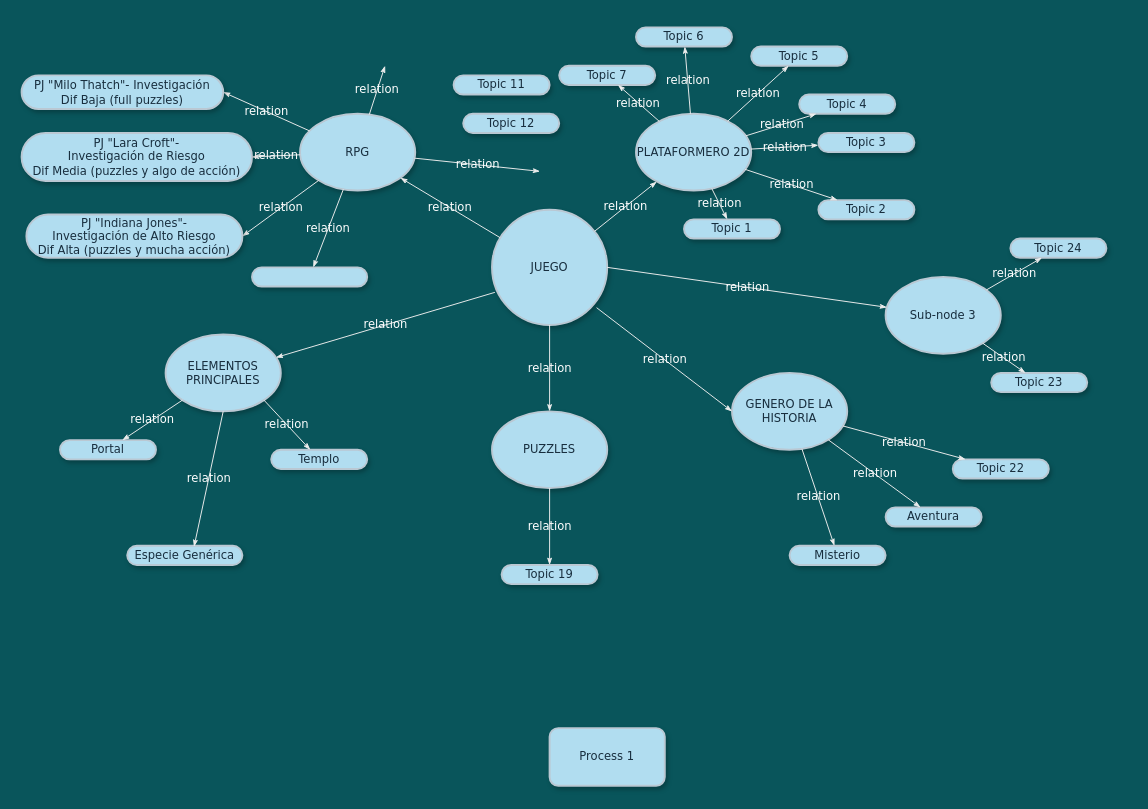
Before: page "Page-1" (1 of 2) of mental_map_worldbuilding.drawio in aixairupe/DiagramasRPG, a draw.io diagram. Source tidied: cells renumbered, new cells numbered last; positions are measured from the earlier drawing's top-left corner, leaving out a move shared by most shapes. Both pictures are drawn from the tidied source at 96%, with x=0, y=0 at pixel (21, 27).
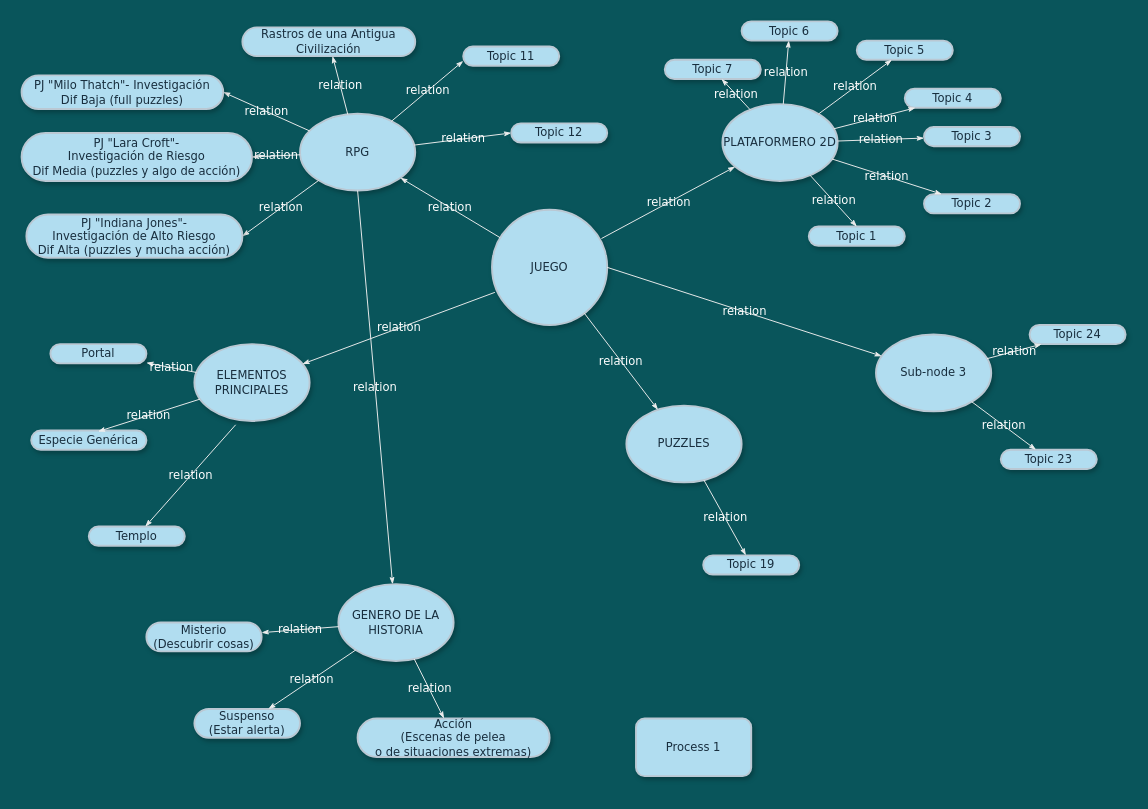
Above is the later version.

Unchanged cells that the change refers to:
```xml
<mxCell id="2" value="RPG" style="ellipse;whiteSpace=wrap;html=1;rounded=1;shadow=1;comic=0;labelBackgroundColor=none;strokeWidth=2;fontFamily=Verdana;fontSize=12;align=center;fillColor=#B1DDF0;fontColor=#182E3E;strokeColor=#BAC8D3;" parent="1" vertex="1">
  <mxGeometry x="290" y="90" width="120" height="80" as="geometry" />
</mxCell>
<mxCell id="4" value="JUEGO" style="ellipse;whiteSpace=wrap;html=1;rounded=1;shadow=1;comic=0;labelBackgroundColor=none;strokeWidth=2;fontFamily=Verdana;fontSize=12;align=center;fillColor=#B1DDF0;strokeColor=#BAC8D3;fontColor=#182E3E;" parent="1" vertex="1">
  <mxGeometry x="490" y="190" width="120" height="120" as="geometry" />
</mxCell>
```

The edit, as a diff of the source:
```diff
@@
     <mxCell id="3" value="PLATAFORMERO 2D" style="ellipse;whiteSpace=wrap;html=1;rounded=1;shadow=1;comic=0;labelBackgroundColor=none;strokeWidth=2;fontFamily=Verdana;fontSize=12;align=center;fillColor=#B1DDF0;fontColor=#182E3E;strokeColor=#BAC8D3;" parent="1" vertex="1">
-      <mxGeometry x="640" y="90" width="120" height="80" as="geometry" />
+      <mxGeometry x="730" y="80" width="120" height="80" as="geometry" />
     </mxCell>
@@
     <mxCell id="5" value="PUZZLES" style="ellipse;whiteSpace=wrap;html=1;rounded=1;shadow=1;comic=0;labelBackgroundColor=none;strokeWidth=2;fontFamily=Verdana;fontSize=12;align=center;fillColor=#B1DDF0;fontColor=#182E3E;strokeColor=#BAC8D3;" parent="1" vertex="1">
-      <mxGeometry x="490" y="400" width="120" height="80" as="geometry" />
+      <mxGeometry x="630" y="394" width="120" height="80" as="geometry" />
     </mxCell>
     <mxCell id="6" value="GENERO DE LA HISTORIA" style="ellipse;whiteSpace=wrap;html=1;rounded=1;shadow=1;comic=0;labelBackgroundColor=none;strokeWidth=2;fontFamily=Verdana;fontSize=12;align=center;fillColor=#B1DDF0;strokeColor=#BAC8D3;fontColor=#182E3E;" parent="1" vertex="1">
-      <mxGeometry x="740" y="360" width="120" height="80" as="geometry" />
+      <mxGeometry x="330" y="580" width="120" height="80" as="geometry" />
     </mxCell>
     <mxCell id="7" value="ELEMENTOS PRINCIPALES" style="ellipse;whiteSpace=wrap;html=1;rounded=1;shadow=1;comic=0;labelBackgroundColor=none;strokeWidth=2;fontFamily=Verdana;fontSize=12;align=center;fillColor=#B1DDF0;strokeColor=#BAC8D3;fontColor=#182E3E;" parent="1" vertex="1">
-      <mxGeometry x="150" y="320" width="120" height="80" as="geometry" />
+      <mxGeometry x="180" y="330" width="120" height="80" as="geometry" />
     </mxCell>
     <mxCell id="8" value="&lt;span&gt;Topic 7&lt;/span&gt;" style="whiteSpace=wrap;html=1;rounded=1;shadow=1;comic=0;labelBackgroundColor=none;strokeWidth=2;fontFamily=Verdana;fontSize=12;align=center;arcSize=50;fillColor=#B1DDF0;strokeColor=#BAC8D3;fontColor=#182E3E;" parent="1" vertex="1">
-      <mxGeometry x="560" y="40" width="100" height="20" as="geometry" />
+      <mxGeometry x="670" y="33.8" width="100" height="20" as="geometry" />
     </mxCell>
-    <mxCell id="9" value="Aventura" style="whiteSpace=wrap;html=1;rounded=1;shadow=1;comic=0;labelBackgroundColor=none;strokeWidth=2;fontFamily=Verdana;fontSize=12;align=center;arcSize=50;fillColor=#B1DDF0;strokeColor=#BAC8D3;fontColor=#182E3E;" parent="1" vertex="1">
-      <mxGeometry x="900" y="500" width="100" height="20" as="geometry" />
+    <mxCell id="9" value="Suspenso&lt;br&gt;(Estar alerta)" style="whiteSpace=wrap;html=1;rounded=1;shadow=1;comic=0;labelBackgroundColor=none;strokeWidth=2;fontFamily=Verdana;fontSize=12;align=center;arcSize=50;fillColor=#B1DDF0;strokeColor=#BAC8D3;fontColor=#182E3E;" parent="1" vertex="1">
+      <mxGeometry x="180" y="710" width="110" height="30" as="geometry" />
     </mxCell>
-    <mxCell id="10" value="&lt;span&gt;Topic 22&lt;/span&gt;" style="whiteSpace=wrap;html=1;rounded=1;shadow=1;comic=0;labelBackgroundColor=none;strokeWidth=2;fontFamily=Verdana;fontSize=12;align=center;arcSize=50;fillColor=#B1DDF0;strokeColor=#BAC8D3;fontColor=#182E3E;" parent="1" vertex="1">
-      <mxGeometry x="970" y="450" width="100" height="20" as="geometry" />
+    <mxCell id="10" value="Acción&lt;br&gt;(Escenas de pelea&lt;br&gt;o de situaciones extremas)" style="whiteSpace=wrap;html=1;rounded=1;shadow=1;comic=0;labelBackgroundColor=none;strokeWidth=2;fontFamily=Verdana;fontSize=12;align=center;arcSize=50;fillColor=#B1DDF0;strokeColor=#BAC8D3;fontColor=#182E3E;" parent="1" vertex="1">
+      <mxGeometry x="350" y="720" width="200" height="40" as="geometry" />
     </mxCell>
     <mxCell id="11" value="&lt;span&gt;Topic 6&lt;/span&gt;" style="whiteSpace=wrap;html=1;rounded=1;shadow=1;comic=0;labelBackgroundColor=none;strokeWidth=2;fontFamily=Verdana;fontSize=12;align=center;arcSize=50;fillColor=#B1DDF0;strokeColor=#BAC8D3;fontColor=#182E3E;" parent="1" vertex="1">
-      <mxGeometry x="640" width="100" height="20" as="geometry" />
+      <mxGeometry x="750" y="-6.2" width="100" height="20" as="geometry" />
     </mxCell>
     <mxCell id="12" value="&lt;span&gt;Topic 5&lt;/span&gt;" style="whiteSpace=wrap;html=1;rounded=1;shadow=1;comic=0;labelBackgroundColor=none;strokeWidth=2;fontFamily=Verdana;fontSize=12;align=center;arcSize=50;fillColor=#B1DDF0;strokeColor=#BAC8D3;fontColor=#182E3E;" parent="1" vertex="1">
-      <mxGeometry x="760" y="20" width="100" height="20" as="geometry" />
+      <mxGeometry x="870" y="13.8" width="100" height="20" as="geometry" />
     </mxCell>
     <mxCell id="13" value="&lt;span&gt;Topic 4&lt;/span&gt;" style="whiteSpace=wrap;html=1;rounded=1;shadow=1;comic=0;labelBackgroundColor=none;strokeWidth=2;fontFamily=Verdana;fontSize=12;align=center;arcSize=50;fillColor=#B1DDF0;strokeColor=#BAC8D3;fontColor=#182E3E;" parent="1" vertex="1">
-      <mxGeometry x="810" y="70" width="100" height="20" as="geometry" />
+      <mxGeometry x="920" y="63.8" width="100" height="20" as="geometry" />
     </mxCell>
     <mxCell id="14" value="&lt;span&gt;Topic 3&lt;/span&gt;" style="whiteSpace=wrap;html=1;rounded=1;shadow=1;comic=0;labelBackgroundColor=none;strokeWidth=2;fontFamily=Verdana;fontSize=12;align=center;arcSize=50;fillColor=#B1DDF0;strokeColor=#BAC8D3;fontColor=#182E3E;" parent="1" vertex="1">
-      <mxGeometry x="830" y="110" width="100" height="20" as="geometry" />
+      <mxGeometry x="940" y="103.8" width="100" height="20" as="geometry" />
     </mxCell>
     <mxCell id="15" value="&lt;span&gt;Topic 2&lt;/span&gt;" style="whiteSpace=wrap;html=1;rounded=1;shadow=1;comic=0;labelBackgroundColor=none;strokeWidth=2;fontFamily=Verdana;fontSize=12;align=center;arcSize=50;fillColor=#B1DDF0;strokeColor=#BAC8D3;fontColor=#182E3E;" parent="1" vertex="1">
-      <mxGeometry x="830" y="180" width="100" height="20" as="geometry" />
+      <mxGeometry x="940" y="173.8" width="100" height="20" as="geometry" />
     </mxCell>
     <mxCell id="16" value="Topic 1" style="whiteSpace=wrap;html=1;rounded=1;shadow=1;comic=0;labelBackgroundColor=none;strokeWidth=2;fontFamily=Verdana;fontSize=12;align=center;arcSize=50;fillColor=#B1DDF0;strokeColor=#BAC8D3;fontColor=#182E3E;" parent="1" vertex="1">
-      <mxGeometry x="690" y="200" width="100" height="20" as="geometry" />
+      <mxGeometry x="820" y="207.5" width="100" height="20" as="geometry" />
     </mxCell>
-    <mxCell id="17" value="Misterio" style="whiteSpace=wrap;html=1;rounded=1;shadow=1;comic=0;labelBackgroundColor=none;strokeWidth=2;fontFamily=Verdana;fontSize=12;align=center;arcSize=50;fillColor=#B1DDF0;strokeColor=#BAC8D3;fontColor=#182E3E;" parent="1" vertex="1">
-      <mxGeometry x="800" y="540" width="100" height="20" as="geometry" />
+    <mxCell id="17" value="Misterio&lt;br&gt;(Descubrir cosas)" style="whiteSpace=wrap;html=1;rounded=1;shadow=1;comic=0;labelBackgroundColor=none;strokeWidth=2;fontFamily=Verdana;fontSize=12;align=center;arcSize=50;fillColor=#B1DDF0;strokeColor=#BAC8D3;fontColor=#182E3E;" parent="1" vertex="1">
+      <mxGeometry x="130" y="620" width="120" height="30" as="geometry" />
     </mxCell>
-    <mxCell id="18" value="relation" style="edgeStyle=none;rounded=1;html=1;labelBackgroundColor=none;startArrow=none;startFill=0;startSize=5;endArrow=classicThin;endFill=1;endSize=5;jettySize=auto;strokeColor=#EEEEEE;strokeWidth=1;fontFamily=Verdana;fontSize=12;fontColor=#FFFFFF;" parent="1" edge="1" source="2">
-      <mxGeometry relative="1" as="geometry">
-        <mxPoint x="378.6" y="40" as="targetPoint" />
-      </mxGeometry>
+    <mxCell id="18" value="relation" style="edgeStyle=none;rounded=1;html=1;labelBackgroundColor=none;startArrow=none;startFill=0;startSize=5;endArrow=classicThin;endFill=1;endSize=5;jettySize=auto;strokeColor=#EEEEEE;strokeWidth=1;fontFamily=Verdana;fontSize=12;fontColor=#FFFFFF;exitX=0.792;exitY=0.1;exitDx=0;exitDy=0;exitPerimeter=0;entryX=0;entryY=0.75;entryDx=0;entryDy=0;" parent="1" edge="1" source="2" target="55">
+      <mxGeometry relative="1" as="geometry" />
     </mxCell>
@@
-    <mxCell id="23" value="relation" style="edgeStyle=none;rounded=1;html=1;labelBackgroundColor=none;startArrow=none;startFill=0;startSize=5;endArrow=classicThin;endFill=1;endSize=5;jettySize=auto;strokeColor=#EEEEEE;strokeWidth=1;fontFamily=Verdana;fontSize=12;fontColor=#FFFFFF;" parent="1" edge="1" source="4" target="3">
+    <mxCell id="23" value="relation" style="edgeStyle=none;rounded=1;html=1;labelBackgroundColor=none;startArrow=none;startFill=0;startSize=5;endArrow=classicThin;endFill=1;endSize=5;jettySize=auto;strokeColor=#EEEEEE;strokeWidth=1;fontFamily=Verdana;fontSize=12;fontColor=#FFFFFF;exitX=0.95;exitY=0.25;exitDx=0;exitDy=0;exitPerimeter=0;" parent="1" edge="1" source="4" target="3">
       <mxGeometry relative="1" as="geometry" />
     </mxCell>
@@
-    <mxCell id="29" value="relation" style="edgeStyle=none;rounded=1;html=1;labelBackgroundColor=none;startArrow=none;startFill=0;startSize=5;endArrow=classicThin;endFill=1;endSize=5;jettySize=auto;strokeColor=#EEEEEE;strokeWidth=1;fontFamily=Verdana;fontSize=12;fontColor=#FFFFFF;" parent="1" edge="1" source="3" target="16">
+    <mxCell id="29" value="relation" style="edgeStyle=none;rounded=1;html=1;labelBackgroundColor=none;startArrow=none;startFill=0;startSize=5;endArrow=classicThin;endFill=1;endSize=5;jettySize=auto;strokeColor=#EEEEEE;strokeWidth=1;fontFamily=Verdana;fontSize=12;fontColor=#FFFFFF;entryX=0.5;entryY=0;entryDx=0;entryDy=0;" parent="1" edge="1" source="3" target="16">
       <mxGeometry relative="1" as="geometry" />
     </mxCell>
@@
     <mxCell id="36" value="&lt;span&gt;Sub-node 3&lt;/span&gt;" style="ellipse;whiteSpace=wrap;html=1;rounded=1;shadow=1;comic=0;labelBackgroundColor=none;strokeWidth=2;fontFamily=Verdana;fontSize=12;align=center;fillColor=#B1DDF0;strokeColor=#BAC8D3;fontColor=#182E3E;" parent="1" vertex="1">
-      <mxGeometry x="900" y="260" width="120" height="80" as="geometry" />
+      <mxGeometry x="890" y="320" width="120" height="80" as="geometry" />
     </mxCell>
     <mxCell id="37" value="&lt;span&gt;Topic 24&lt;/span&gt;" style="whiteSpace=wrap;html=1;rounded=1;shadow=1;comic=0;labelBackgroundColor=none;strokeWidth=2;fontFamily=Verdana;fontSize=12;align=center;arcSize=50;fillColor=#B1DDF0;strokeColor=#BAC8D3;fontColor=#182E3E;" parent="1" vertex="1">
-      <mxGeometry x="1030" y="220" width="100" height="20" as="geometry" />
+      <mxGeometry x="1050" y="310" width="100" height="20" as="geometry" />
     </mxCell>
     <mxCell id="38" value="&lt;span&gt;Topic 23&lt;/span&gt;" style="whiteSpace=wrap;html=1;rounded=1;shadow=1;comic=0;labelBackgroundColor=none;strokeWidth=2;fontFamily=Verdana;fontSize=12;align=center;arcSize=50;fillColor=#B1DDF0;strokeColor=#BAC8D3;fontColor=#182E3E;" parent="1" vertex="1">
-      <mxGeometry x="1010" y="360" width="100" height="20" as="geometry" />
+      <mxGeometry x="1020" y="440" width="100" height="20" as="geometry" />
     </mxCell>
-    <mxCell id="39" style="whiteSpace=wrap;html=1;rounded=1;shadow=1;comic=0;labelBackgroundColor=none;strokeWidth=2;fontFamily=Verdana;fontSize=12;align=center;arcSize=50;fillColor=#B1DDF0;strokeColor=#BAC8D3;fontColor=#182E3E;" parent="1" vertex="1">
-      <mxGeometry x="240" y="250" width="120" height="20" as="geometry" />
+    <mxCell id="39" value="Rastros de una Antigua Civilización" style="whiteSpace=wrap;html=1;rounded=1;shadow=1;comic=0;labelBackgroundColor=none;strokeWidth=2;fontFamily=Verdana;fontSize=12;align=center;arcSize=50;fillColor=#B1DDF0;strokeColor=#BAC8D3;fontColor=#182E3E;" parent="1" vertex="1">
+      <mxGeometry x="230" width="180" height="30" as="geometry" />
     </mxCell>
     <mxCell id="40" value="&lt;span&gt;Topic 19&lt;/span&gt;" style="whiteSpace=wrap;html=1;rounded=1;shadow=1;comic=0;labelBackgroundColor=none;strokeWidth=2;fontFamily=Verdana;fontSize=12;align=center;arcSize=50;fillColor=#B1DDF0;strokeColor=#BAC8D3;fontColor=#182E3E;" parent="1" vertex="1">
-      <mxGeometry x="500" y="560" width="100" height="20" as="geometry" />
+      <mxGeometry x="710" y="550" width="100" height="20" as="geometry" />
     </mxCell>
     <mxCell id="41" value="&lt;div&gt;Portal&lt;/div&gt;" style="whiteSpace=wrap;html=1;rounded=1;shadow=1;comic=0;labelBackgroundColor=none;strokeWidth=2;fontFamily=Verdana;fontSize=12;align=center;arcSize=50;fillColor=#B1DDF0;strokeColor=#BAC8D3;fontColor=#182E3E;" parent="1" vertex="1">
-      <mxGeometry x="40" y="430" width="100" height="20" as="geometry" />
+      <mxGeometry x="30" y="330" width="100" height="20" as="geometry" />
     </mxCell>
-    <mxCell id="42" value="relation" style="edgeStyle=none;rounded=1;html=1;labelBackgroundColor=none;startArrow=none;startFill=0;startSize=5;endArrow=classicThin;endFill=1;endSize=5;jettySize=auto;strokeColor=#EEEEEE;strokeWidth=1;fontFamily=Verdana;fontSize=12;fontColor=#FFFFFF;" parent="1" edge="1" source="2">
-      <mxGeometry relative="1" as="geometry">
-        <mxPoint x="540" y="150" as="targetPoint" />
-      </mxGeometry>
+    <mxCell id="42" value="relation" style="edgeStyle=none;rounded=1;html=1;labelBackgroundColor=none;startArrow=none;startFill=0;startSize=5;endArrow=classicThin;endFill=1;endSize=5;jettySize=auto;strokeColor=#EEEEEE;strokeWidth=1;fontFamily=Verdana;fontSize=12;fontColor=#FFFFFF;entryX=0;entryY=0.5;entryDx=0;entryDy=0;" parent="1" edge="1" source="2" target="58">
+      <mxGeometry relative="1" as="geometry" />
     </mxCell>
@@
     <mxCell id="49" value="Templo" style="whiteSpace=wrap;html=1;rounded=1;shadow=1;comic=0;labelBackgroundColor=none;strokeWidth=2;fontFamily=Verdana;fontSize=12;align=center;arcSize=50;fillColor=#B1DDF0;strokeColor=#BAC8D3;fontColor=#182E3E;" parent="1" vertex="1">
-      <mxGeometry x="260" y="440" width="100" height="20" as="geometry" />
+      <mxGeometry x="70" y="520" width="100" height="20" as="geometry" />
     </mxCell>
-    <mxCell id="50" value="relation" style="edgeStyle=none;rounded=1;html=1;labelBackgroundColor=none;startArrow=none;startFill=0;startSize=5;endArrow=classicThin;endFill=1;endSize=5;jettySize=auto;strokeColor=#EEEEEE;strokeWidth=1;fontFamily=Verdana;fontSize=12;fontColor=#FFFFFF;exitX=1;exitY=1;exitDx=0;exitDy=0;" parent="1" edge="1" source="7" target="49">
+    <mxCell id="50" value="relation" style="edgeStyle=none;rounded=1;html=1;labelBackgroundColor=none;startArrow=none;startFill=0;startSize=5;endArrow=classicThin;endFill=1;endSize=5;jettySize=auto;strokeColor=#EEEEEE;strokeWidth=1;fontFamily=Verdana;fontSize=12;fontColor=#FFFFFF;exitX=0.358;exitY=1.05;exitDx=0;exitDy=0;exitPerimeter=0;" parent="1" edge="1" source="7" target="49">
       <mxGeometry relative="1" as="geometry" />
     </mxCell>
     <mxCell id="51" value="Especie Genérica" style="whiteSpace=wrap;html=1;rounded=1;shadow=1;comic=0;labelBackgroundColor=none;strokeWidth=2;fontFamily=Verdana;fontSize=12;align=center;arcSize=50;fillColor=#B1DDF0;strokeColor=#BAC8D3;fontColor=#182E3E;" parent="1" vertex="1">
-      <mxGeometry x="110" y="540" width="120" height="20" as="geometry" />
+      <mxGeometry x="10" y="420" width="120" height="20" as="geometry" />
     </mxCell>
-    <mxCell id="52" value="relation" style="edgeStyle=none;rounded=1;html=1;labelBackgroundColor=none;startArrow=none;startFill=0;startSize=5;endArrow=classicThin;endFill=1;endSize=5;jettySize=auto;strokeColor=#EEEEEE;strokeWidth=1;fontFamily=Verdana;fontSize=12;fontColor=#FFFFFF;entryX=0.58;entryY=0.05;entryDx=0;entryDy=0;exitX=0.5;exitY=1;exitDx=0;exitDy=0;entryPerimeter=0;" parent="1" edge="1" source="7" target="51">
+    <mxCell id="52" value="relation" style="edgeStyle=none;rounded=1;html=1;labelBackgroundColor=none;startArrow=none;startFill=0;startSize=5;endArrow=classicThin;endFill=1;endSize=5;jettySize=auto;strokeColor=#EEEEEE;strokeWidth=1;fontFamily=Verdana;fontSize=12;fontColor=#FFFFFF;entryX=0.58;entryY=0.05;entryDx=0;entryDy=0;entryPerimeter=0;" parent="1" edge="1" source="7" target="51">
       <mxGeometry relative="1" as="geometry" />
     </mxCell>
     <mxCell id="53" value="Process 1" style="rounded=1;whiteSpace=wrap;html=1;shadow=1;comic=0;labelBackgroundColor=none;strokeWidth=2;fontFamily=Verdana;fontSize=12;align=center;fillColor=#B1DDF0;strokeColor=#BAC8D3;fontColor=#182E3E;" parent="1" vertex="1">
-      <mxGeometry x="550" y="730" width="120" height="60" as="geometry" />
+      <mxGeometry x="640" y="720" width="120" height="60" as="geometry" />
     </mxCell>
-    <mxCell id="54" value="relation" style="edgeStyle=none;rounded=1;html=1;labelBackgroundColor=none;startArrow=none;startFill=0;startSize=5;endArrow=classicThin;endFill=1;endSize=5;jettySize=auto;strokeColor=#EEEEEE;strokeWidth=1;fontFamily=Verdana;fontSize=12;fontColor=#FFFFFF;exitX=0.908;exitY=0.85;exitDx=0;exitDy=0;exitPerimeter=0;entryX=0;entryY=0.5;entryDx=0;entryDy=0;" parent="1" edge="1" source="4" target="6">
+    <mxCell id="54" value="relation" style="edgeStyle=none;rounded=1;html=1;labelBackgroundColor=none;startArrow=none;startFill=0;startSize=5;endArrow=classicThin;endFill=1;endSize=5;jettySize=auto;strokeColor=#EEEEEE;strokeWidth=1;fontFamily=Verdana;fontSize=12;fontColor=#FFFFFF;exitX=0.5;exitY=1;exitDx=0;exitDy=0;" parent="1" edge="1" source="2" target="6">
       <mxGeometry relative="1" as="geometry" />
     </mxCell>
     <mxCell id="55" value="&lt;span&gt;Topic 11&lt;/span&gt;" style="whiteSpace=wrap;html=1;rounded=1;shadow=1;comic=0;labelBackgroundColor=none;strokeWidth=2;fontFamily=Verdana;fontSize=12;align=center;arcSize=50;fillColor=#B1DDF0;strokeColor=#BAC8D3;fontColor=#182E3E;" parent="1" vertex="1">
-      <mxGeometry x="450" y="50" width="100" height="20" as="geometry" />
+      <mxGeometry x="460" y="20" width="100" height="20" as="geometry" />
     </mxCell>
@@
     <mxCell id="58" value="&lt;span&gt;Topic 12&lt;/span&gt;" style="whiteSpace=wrap;html=1;rounded=1;shadow=1;comic=0;labelBackgroundColor=none;strokeWidth=2;fontFamily=Verdana;fontSize=12;align=center;arcSize=50;fillColor=#B1DDF0;strokeColor=#BAC8D3;fontColor=#182E3E;" parent="1" vertex="1">
-      <mxGeometry x="460" y="90" width="100" height="20" as="geometry" />
+      <mxGeometry x="510" y="100" width="100" height="20" as="geometry" />
     </mxCell>
```
